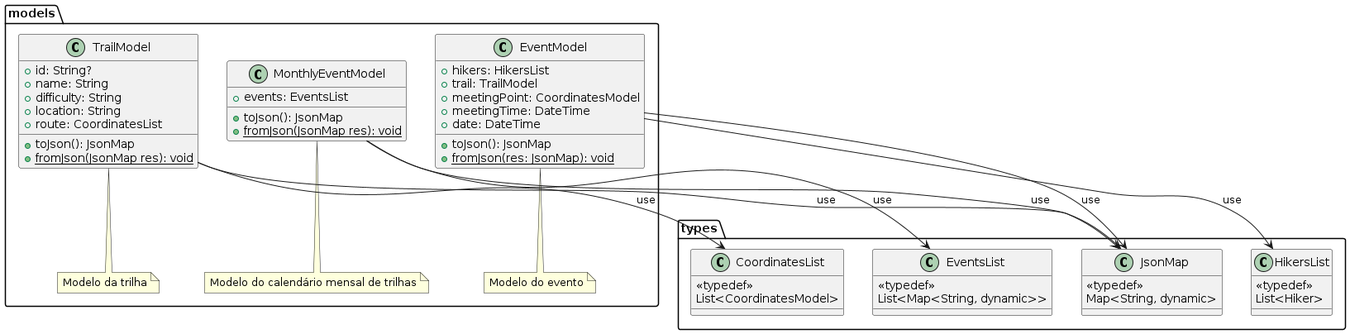
Above: docs/diagrams/out/class_diagrams/pe_na_pedra_class_diagram_2.png in tiagors09/pe_na_pedra (PlantUML), before the change.
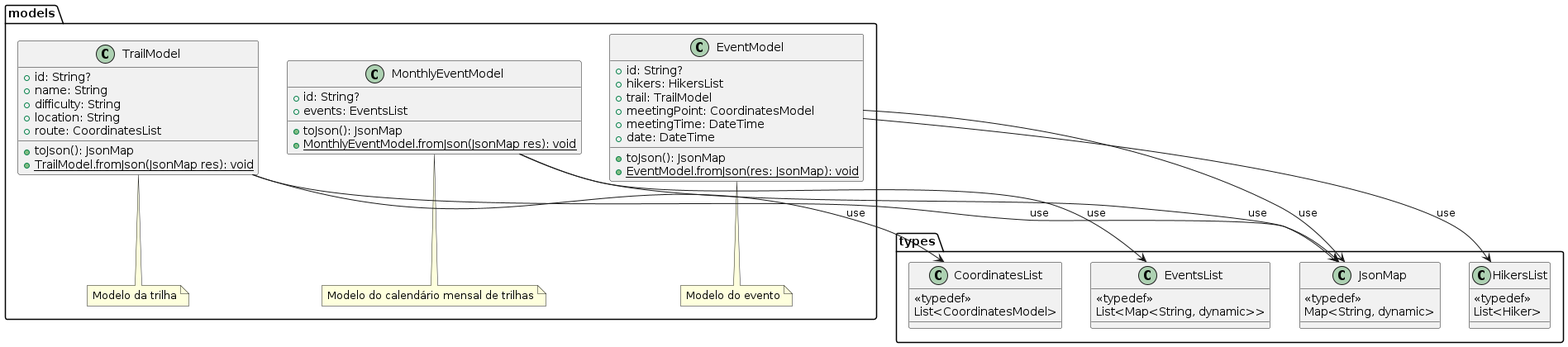
The same diagram one commit later.

Commit message:
docs: :memo: export diagram to png

Change to the diagram source:
```diff
@@ -33,23 +33,25 @@
     + location: String
     + route: CoordinatesList
     + toJson(): JsonMap
-    + {static} fromJson(JsonMap res): void
+    + {static} TrailModel.fromJson(JsonMap res): void
   }
 
   class MonthlyEventModel {
+    + id: String?
     + events: EventsList
     + toJson(): JsonMap
-    + {static} fromJson(JsonMap res): void
+    + {static} MonthlyEventModel.fromJson(JsonMap res): void
   }
 
   class EventModel {
+    + id: String?
     + hikers: HikersList
     + trail: TrailModel
     + meetingPoint: CoordinatesModel
     + meetingTime: DateTime
     + date: DateTime
     + toJson(): JsonMap
-    + {static} fromJson(res: JsonMap): void
+    + {static} EventModel.fromJson(res: JsonMap): void
   }
 
   TrailModel .. N3
```
